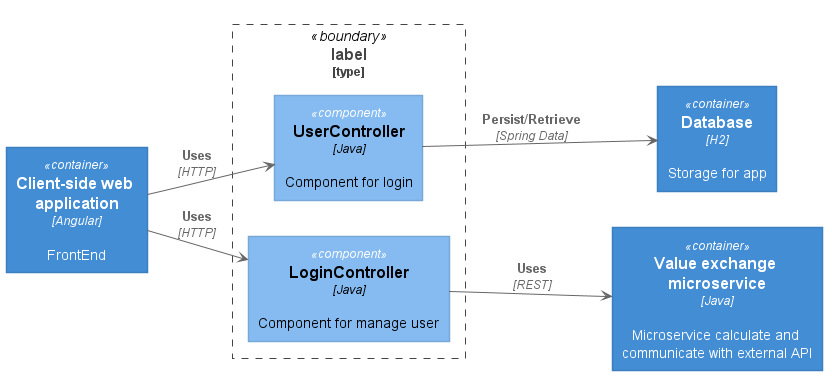
barteksiewniak/budget-planner keeps this PlantUML diagram as docs/c4/c3-back.png. Above is the earlier version.
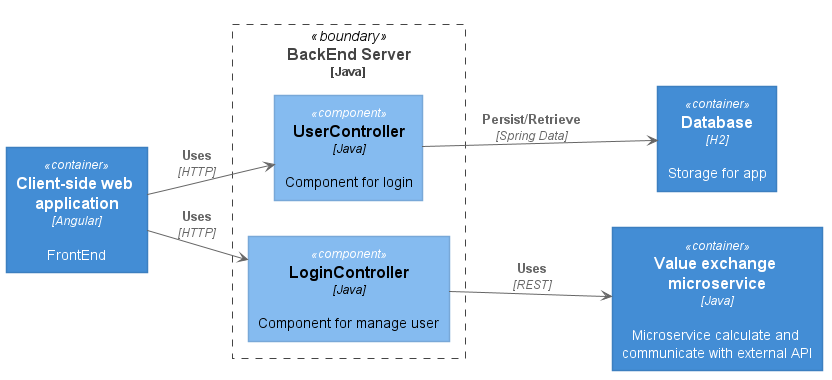
Above is the later version.

Commit message:
Typo and correction for 2 models.

The edit, as a diff of the source:
```diff
@@ -3,7 +3,7 @@
 !include https://raw.githubusercontent.com/stawirej/C4-PlantUML/master/C4_Component.puml
 LAYOUT_LEFT_RIGHT()
 Container(webApp, "Client-side web application", "Angular", "FrontEnd")
-Boundary(alias, "label", "type") {
+Boundary(alias, "BackEnd Server", "Java") {
     Component(userController, "UserController", "Java", "Component for login")
     Component(loginController, "LoginController", "Java", "Component for manage user")
 }
```
